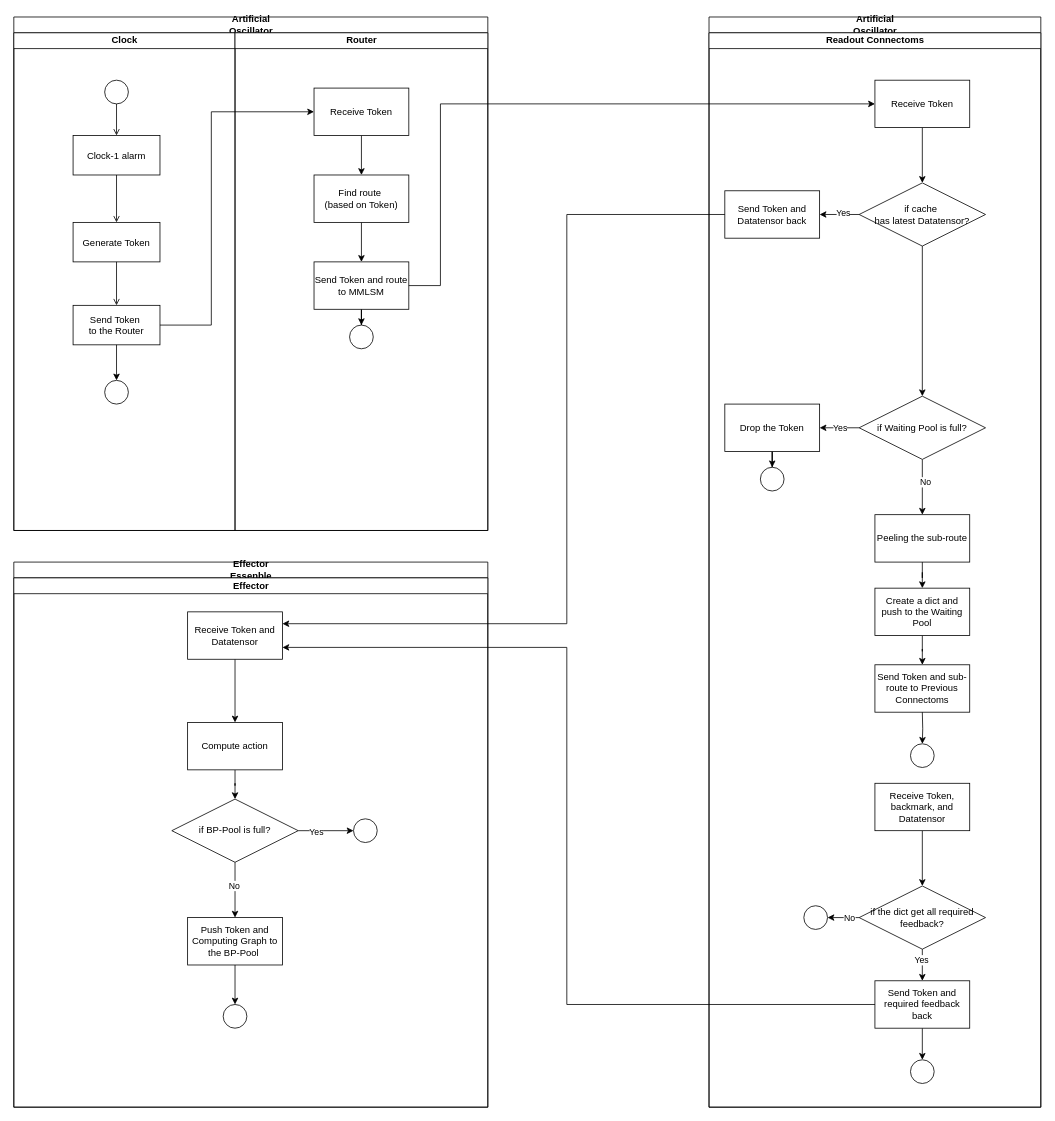
The draw.io diagram Forward_Process.drawio in xiechuxi/Memorophila_computing, before the edit. Source tidied: cells renumbered, new cells numbered last; positions are measured from the earlier drawing's top-left corner, leaving out a move shared by most shapes. Both pictures are drawn from the tidied source at 79%, with x=0, y=0 at pixel (13, 17).
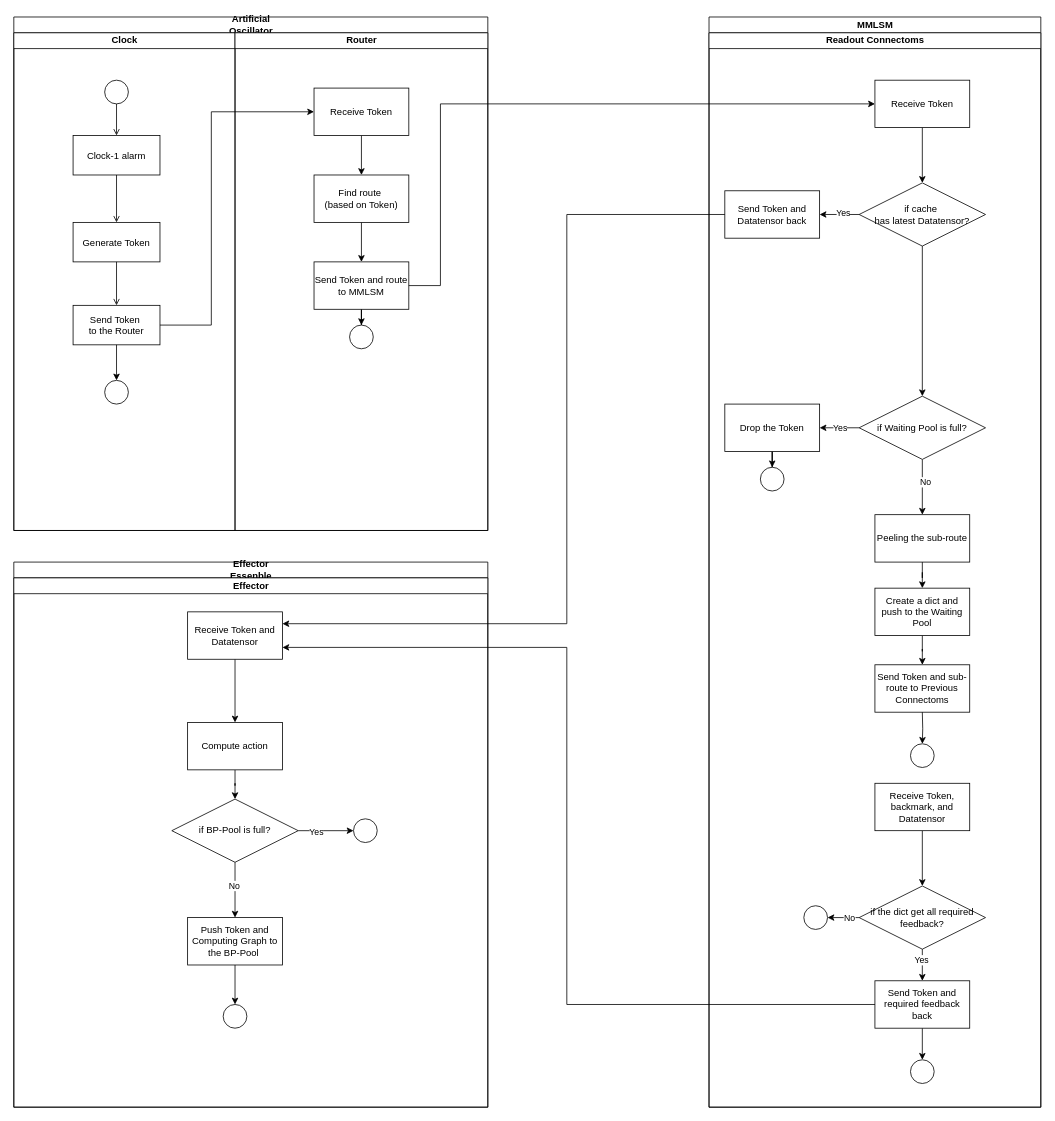
Above is the later version.

Change to the diagram source:
```diff
@@
-    <mxCell id="22" value="&lt;span style=&quot;text-wrap-mode: wrap;&quot;&gt;Artificial Oscillator&lt;/span&gt;" style="swimlane;startSize=20;html=1;" parent="1" vertex="1">
+    <mxCell id="22" value="&lt;span style=&quot;text-wrap-mode: wrap;&quot;&gt;MMLSM&lt;/span&gt;" style="swimlane;startSize=20;html=1;" parent="1" vertex="1">
       <mxGeometry x="880" width="420" height="1380" as="geometry" />
     </mxCell>
```
